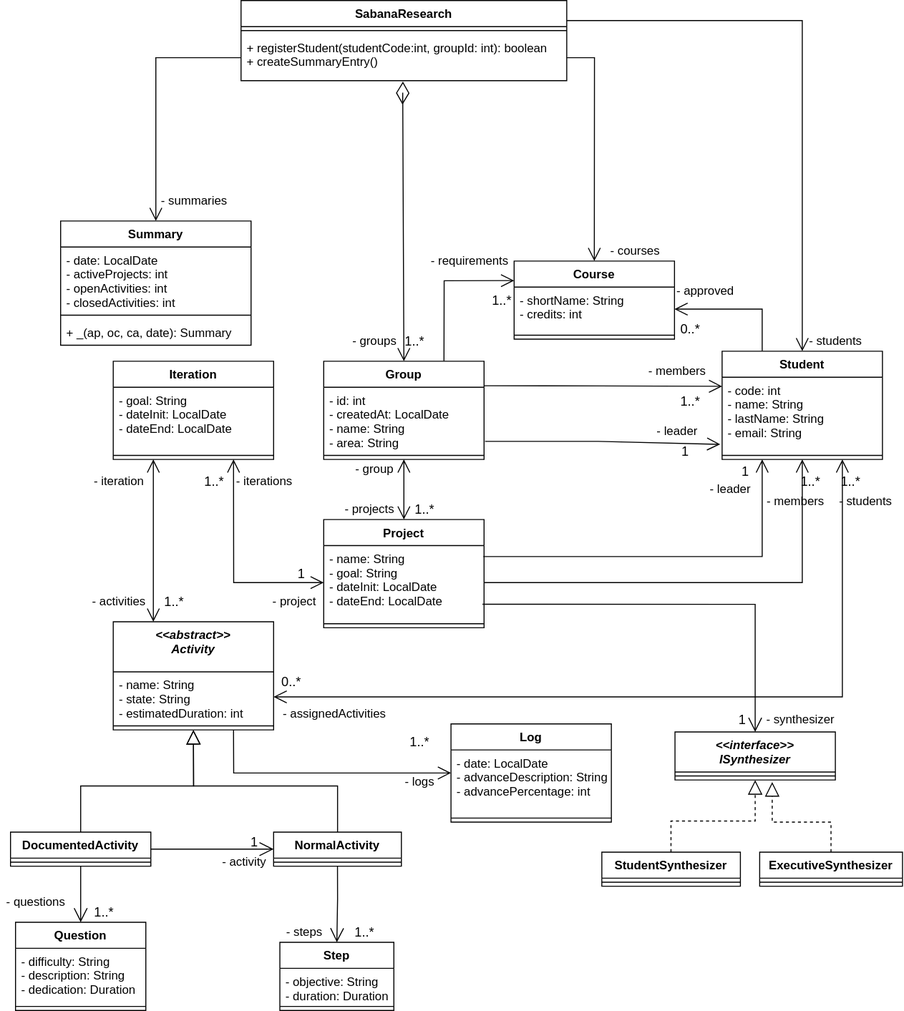
This is img/class-diagram.svg from Sprastrum/TEST-SECOND-SABANA-RESEARCH-1.6.0, a draw.io export, as it was before one commit. Source tidied: cells renumbered, new cells last; positions are measured from the earlier drawing's top-left corner, leaving out a move shared by most shapes.
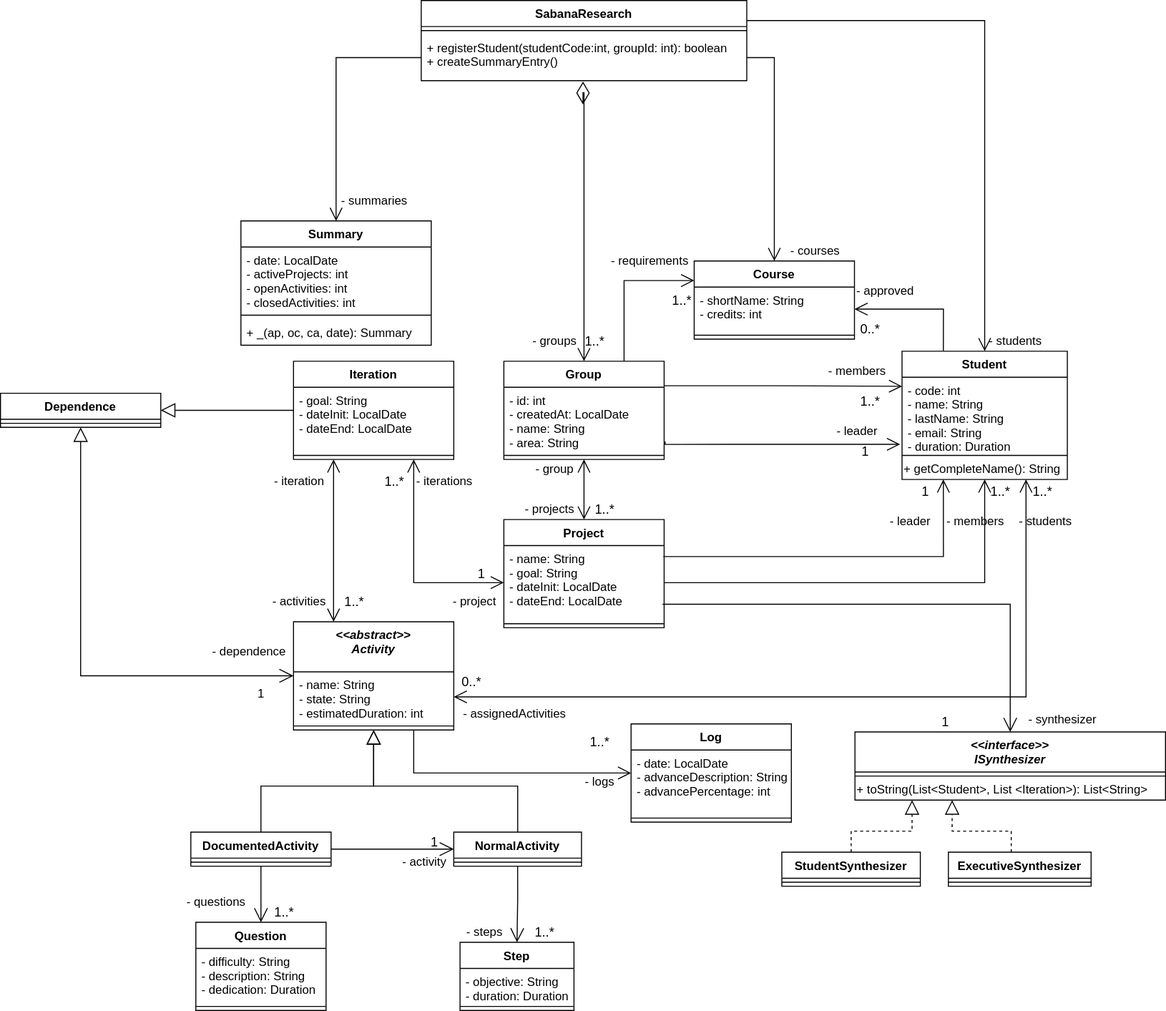
The same diagram one commit later.

The edit, as a diff of the source:
```diff
@@ -53,14 +53,17 @@
       <mxGeometry relative="1" as="geometry" />
     </mxCell>
     <mxCell id="17" value="Student" style="swimlane;fontStyle=1;align=center;verticalAlign=top;horizontal=1;startSize=26;" parent="1" vertex="1">
-      <mxGeometry x="720" y="350" width="160" height="108" as="geometry" />
+      <mxGeometry x="720" y="350" width="165" height="128" as="geometry" />
     </mxCell>
-    <mxCell id="18" value="- code: int&#10;- name: String&#10;- lastName: String&#10;- email: String&#10;" style="text;strokeColor=none;fillColor=none;align=left;verticalAlign=top;spacingLeft=4;spacingRight=4;overflow=hidden;points=[[0,0.5],[1,0.5]];portConstraint=eastwest;" parent="17" vertex="1">
-      <mxGeometry y="26" width="160" height="74" as="geometry" />
+    <mxCell id="18" value="- code: int&#10;- name: String&#10;- lastName: String&#10;- email: String&#10;- duration: Duration&#10;" style="text;strokeColor=none;fillColor=none;align=left;verticalAlign=top;spacingLeft=4;spacingRight=4;overflow=hidden;points=[[0,0.5],[1,0.5]];portConstraint=eastwest;" parent="17" vertex="1">
+      <mxGeometry y="26" width="165" height="74" as="geometry" />
     </mxCell>
     <mxCell id="19" style="line;strokeWidth=1;fillColor=none;align=left;verticalAlign=middle;spacingTop=-1;spacingLeft=3;spacingRight=3;labelPosition=right;" parent="17" vertex="1">
-      <mxGeometry y="100" width="160" height="8" as="geometry" />
+      <mxGeometry y="100" width="165" height="8" as="geometry" />
     </mxCell>
+    <mxCell id="110" value="+ getCompleteName(): String" style="text;html=1;align=left;verticalAlign=middle;strokeColor=none;" parent="17" vertex="1">
+      <mxGeometry y="108" width="165" height="20" as="geometry" />
+    </mxCell>
     <mxCell id="20" value="Project" style="swimlane;fontStyle=1;align=center;verticalAlign=top;horizontal=1;startSize=26;" parent="1" vertex="1">
       <mxGeometry x="322.5" y="518" width="160" height="108" as="geometry" />
     </mxCell>
@@ -73,6 +76,9 @@
     <mxCell id="23" style="edgeStyle=orthogonalEdgeStyle;rounded=0;jettySize=auto;html=1;exitX=0.25;exitY=1;exitDx=0;exitDy=0;entryX=0.25;entryY=0;entryDx=0;entryDy=0;endArrow=open;endFill=0;endSize=11;startArrow=open;startFill=0;startSize=11;" parent="1" edge="1" source="24" target="28">
       <mxGeometry relative="1" as="geometry" />
     </mxCell>
+    <mxCell id="111" style="edgeStyle=orthogonalEdgeStyle;rounded=0;jettySize=auto;html=1;startArrow=none;startFill=0;endArrow=block;endFill=0;startSize=12;endSize=12;strokeWidth=1;" parent="1" edge="1" source="24" target="114">
+      <mxGeometry relative="1" as="geometry" />
+    </mxCell>
     <mxCell id="24" value="Iteration" style="swimlane;fontStyle=1;align=center;verticalAlign=top;horizontal=1;startSize=26;" parent="1" vertex="1">
       <mxGeometry x="112.5" y="360" width="160" height="98" as="geometry" />
     </mxCell>
@@ -85,6 +91,9 @@
     <mxCell id="27" style="edgeStyle=orthogonalEdgeStyle;rounded=0;jettySize=auto;html=1;exitX=0.75;exitY=1;exitDx=0;exitDy=0;entryX=0;entryY=0.5;entryDx=0;entryDy=0;endArrow=open;endFill=0;endSize=11;" parent="1" edge="1" source="28" target="31">
       <mxGeometry relative="1" as="geometry" />
     </mxCell>
+    <mxCell id="112" style="edgeStyle=orthogonalEdgeStyle;rounded=0;jettySize=auto;html=1;endArrow=block;endFill=0;strokeWidth=1;endSize=12;startArrow=open;startFill=0;startSize=12;" parent="1" edge="1" source="28" target="114">
+      <mxGeometry relative="1" as="geometry" />
+    </mxCell>
     <mxCell id="28" value="&lt;&lt;abstract&gt;&gt;&#10;Activity" style="swimlane;fontStyle=3;align=center;verticalAlign=top;horizontal=1;startSize=50;" parent="1" vertex="1">
       <mxGeometry x="112.5" y="620" width="160" height="108" as="geometry" />
     </mxCell>
@@ -104,7 +113,11 @@
       <mxGeometry y="90" width="160" height="8" as="geometry" />
     </mxCell>
     <mxCell id="34" style="edgeStyle=orthogonalEdgeStyle;rounded=0;jettySize=auto;html=1;exitX=1.006;exitY=0.844;exitDx=0;exitDy=0;entryX=-0.012;entryY=0.905;entryDx=0;entryDy=0;endArrow=open;endFill=0;endSize=11;entryPerimeter=0;exitPerimeter=0;" parent="1" edge="1" source="13" target="18">
-      <mxGeometry relative="1" as="geometry" />
+      <mxGeometry relative="1" as="geometry">
+        <Array as="points">
+          <mxPoint x="484" y="443" />
+        </Array>
+      </mxGeometry>
     </mxCell>
     <mxCell id="35" style="edgeStyle=orthogonalEdgeStyle;rounded=0;jettySize=auto;html=1;exitX=0;exitY=0.5;exitDx=0;exitDy=0;entryX=0.75;entryY=1;entryDx=0;entryDy=0;endArrow=open;endFill=0;endSize=11;startArrow=open;startFill=0;startSize=11;" parent="1" edge="1" source="21" target="24">
       <mxGeometry relative="1" as="geometry" />
@@ -158,10 +171,10 @@
       <mxGeometry x="192.5" y="470" width="40" height="20" as="geometry" />
     </mxCell>
     <mxCell id="52" value="1..*" style="text;html=1;align=center;verticalAlign=middle;strokeWidth=1;fontSize=13;" parent="1" vertex="1">
-      <mxGeometry x="827.5" y="470" width="40" height="20" as="geometry" />
+      <mxGeometry x="840" y="480" width="40" height="20" as="geometry" />
     </mxCell>
     <mxCell id="53" value="- students" style="text;html=1;align=center;verticalAlign=middle;strokeWidth=1;fontSize=12;" parent="1" vertex="1">
-      <mxGeometry x="827.5" y="490" width="70" height="20" as="geometry" />
+      <mxGeometry x="827.5" y="510" width="70" height="20" as="geometry" />
     </mxCell>
     <mxCell id="54" value="1..*" style="text;html=1;align=center;verticalAlign=middle;strokeWidth=1;fontSize=13;" parent="1" vertex="1">
       <mxGeometry x="479.5" y="289" width="40" height="20" as="geometry" />
@@ -191,19 +204,19 @@
       <mxGeometry relative="1" as="geometry" />
     </mxCell>
     <mxCell id="63" value="- leader" style="text;html=1;align=center;verticalAlign=middle;strokeWidth=1;fontSize=12;" parent="1" vertex="1">
-      <mxGeometry x="697.5" y="478" width="60" height="20" as="geometry" />
+      <mxGeometry x="697.5" y="510" width="60" height="20" as="geometry" />
     </mxCell>
     <mxCell id="64" value="- members" style="text;html=1;align=center;verticalAlign=middle;strokeWidth=1;fontSize=12;" parent="1" vertex="1">
-      <mxGeometry x="757.5" y="490" width="70" height="20" as="geometry" />
+      <mxGeometry x="757.5" y="510" width="70" height="20" as="geometry" />
     </mxCell>
     <mxCell id="65" value="1..*" style="text;html=1;align=center;verticalAlign=middle;strokeWidth=1;fontSize=13;" parent="1" vertex="1">
-      <mxGeometry x="787.5" y="470" width="40" height="20" as="geometry" />
+      <mxGeometry x="797.5" y="480" width="40" height="20" as="geometry" />
     </mxCell>
     <mxCell id="66" style="edgeStyle=orthogonalEdgeStyle;rounded=0;jettySize=auto;html=1;exitX=1;exitY=0.5;exitDx=0;exitDy=0;startArrow=none;startFill=0;startSize=11;endArrow=open;endFill=0;endSize=11;fontSize=12;entryX=0.5;entryY=1;entryDx=0;entryDy=0;" parent="1" edge="1" source="21" target="17">
       <mxGeometry relative="1" as="geometry" />
     </mxCell>
     <mxCell id="67" value="1" style="text;html=1;align=center;verticalAlign=middle;strokeWidth=1;fontSize=13;" parent="1" vertex="1">
-      <mxGeometry x="732.5" y="460" width="20" height="20" as="geometry" />
+      <mxGeometry x="732.5" y="480" width="20" height="20" as="geometry" />
     </mxCell>
     <mxCell id="68" value="- assignedActivities" style="text;html=1;align=center;verticalAlign=middle;strokeWidth=1;fontSize=12;" parent="1" vertex="1">
       <mxGeometry x="272.5" y="702" width="120" height="20" as="geometry" />
@@ -299,13 +312,21 @@
       <mxGeometry y="890" width="70" height="20" as="geometry" />
     </mxCell>
     <mxCell id="99" value="&lt;&lt;interface&gt;&gt; &#10;ISynthesizer" style="swimlane;fontStyle=3;align=center;verticalAlign=top;horizontal=1;startSize=40;" parent="1" vertex="1">
-      <mxGeometry x="673" y="730" width="160" height="48" as="geometry" />
+      <mxGeometry x="673" y="730" width="310" height="68" as="geometry" />
     </mxCell>
     <mxCell id="100" style="line;strokeWidth=1;fillColor=none;align=left;verticalAlign=middle;spacingTop=-1;spacingLeft=3;spacingRight=3;labelPosition=right;" parent="99" vertex="1">
-      <mxGeometry y="40" width="160" height="8" as="geometry" />
+      <mxGeometry y="40" width="310" height="8" as="geometry" />
     </mxCell>
+    <mxCell id="113" value="+ toString(List&amp;lt;Student&amp;gt;, List &amp;lt;Iteration&amp;gt;): List&amp;lt;String&amp;gt;" style="text;html=1;align=left;verticalAlign=middle;strokeColor=none;" parent="99" vertex="1">
+      <mxGeometry y="48" width="310" height="20" as="geometry" />
+    </mxCell>
-    <mxCell id="101" style="edgeStyle=orthogonalEdgeStyle;rounded=0;jettySize=auto;html=1;entryX=0.5;entryY=1;entryDx=0;entryDy=0;endArrow=block;endFill=0;endSize=12;dashed=1;" parent="1" edge="1" source="102" target="99">
-      <mxGeometry relative="1" as="geometry" />
+    <mxCell id="101" style="edgeStyle=orthogonalEdgeStyle;rounded=0;jettySize=auto;html=1;endArrow=block;endFill=0;endSize=12;dashed=1;" parent="1" edge="1" source="102" target="99">
+      <mxGeometry relative="1" as="geometry">
+        <Array as="points">
+          <mxPoint x="669" y="829" />
+          <mxPoint x="730" y="829" />
+        </Array>
+      </mxGeometry>
     </mxCell>
     <mxCell id="102" value="StudentSynthesizer" style="swimlane;fontStyle=1;align=center;verticalAlign=top;horizontal=1;startSize=26;" parent="1" vertex="1">
       <mxGeometry x="600" y="850" width="138.2" height="34" as="geometry" />
@@ -313,13 +334,16 @@
     <mxCell id="103" style="line;strokeWidth=1;fillColor=none;align=left;verticalAlign=middle;spacingTop=-1;spacingLeft=3;spacingRight=3;labelPosition=right;" parent="102" vertex="1">
       <mxGeometry y="26" width="138.2" height="8" as="geometry" />
     </mxCell>
-    <mxCell id="104" style="edgeStyle=orthogonalEdgeStyle;rounded=0;jettySize=auto;html=1;dashed=1;endArrow=block;endFill=0;endSize=12;" parent="1" edge="1" source="105">
+    <mxCell id="104" style="edgeStyle=orthogonalEdgeStyle;rounded=0;jettySize=auto;html=1;dashed=1;endArrow=block;endFill=0;endSize=12;" parent="1" edge="1" source="105" target="99">
       <mxGeometry relative="1" as="geometry">
-        <mxPoint x="770" y="780" as="targetPoint" />
+        <Array as="points">
+          <mxPoint x="829" y="829" />
+          <mxPoint x="770" y="829" />
+        </Array>
       </mxGeometry>
     </mxCell>
     <mxCell id="105" value="ExecutiveSynthesizer" style="swimlane;fontStyle=1;align=center;verticalAlign=top;horizontal=1;startSize=26;" parent="1" vertex="1">
-      <mxGeometry x="757.5" y="850" width="142.5" height="34" as="geometry" />
+      <mxGeometry x="766.2" y="850" width="142.5" height="34" as="geometry" />
     </mxCell>
     <mxCell id="106" style="line;strokeWidth=1;fillColor=none;align=left;verticalAlign=middle;spacingTop=-1;spacingLeft=3;spacingRight=3;labelPosition=right;" parent="105" vertex="1">
       <mxGeometry y="26" width="142.5" height="8" as="geometry" />
@@ -328,10 +352,22 @@
       <mxGeometry relative="1" as="geometry" />
     </mxCell>
     <mxCell id="108" value="1" style="text;html=1;align=center;verticalAlign=middle;strokeWidth=1;fontSize=13;" parent="1" vertex="1">
-      <mxGeometry x="730" y="708" width="20" height="20" as="geometry" />
+      <mxGeometry x="752.5" y="710" width="20" height="20" as="geometry" />
     </mxCell>
     <mxCell id="109" value="- synthesizer" style="text;html=1;align=center;verticalAlign=middle;strokeWidth=1;fontSize=12;" parent="1" vertex="1">
-      <mxGeometry x="757.5" y="708" width="80" height="20" as="geometry" />
+      <mxGeometry x="840" y="708" width="80" height="20" as="geometry" />
     </mxCell>
+    <mxCell id="114" value="Dependence" style="swimlane;fontStyle=1;align=center;verticalAlign=top;horizontal=1;startSize=26;" parent="1" vertex="1">
+      <mxGeometry x="-180" y="392" width="160" height="34" as="geometry" />
+    </mxCell>
+    <mxCell id="115" style="line;strokeWidth=1;fillColor=none;align=left;verticalAlign=middle;spacingTop=-1;spacingLeft=3;spacingRight=3;labelPosition=right;" parent="114" vertex="1">
+      <mxGeometry y="26" width="160" height="8" as="geometry" />
+    </mxCell>
+    <mxCell id="116" value="- dependence" style="text;html=1;align=center;verticalAlign=middle;strokeColor=none;" parent="1" vertex="1">
+      <mxGeometry x="22.5" y="640" width="90" height="20" as="geometry" />
+    </mxCell>
+    <mxCell id="117" value="1" style="text;html=1;align=center;verticalAlign=middle;strokeColor=none;" parent="1" vertex="1">
+      <mxGeometry x="70" y="682" width="20" height="20" as="geometry" />
+    </mxCell>
   </root>
 </mxGraphModel>
```
